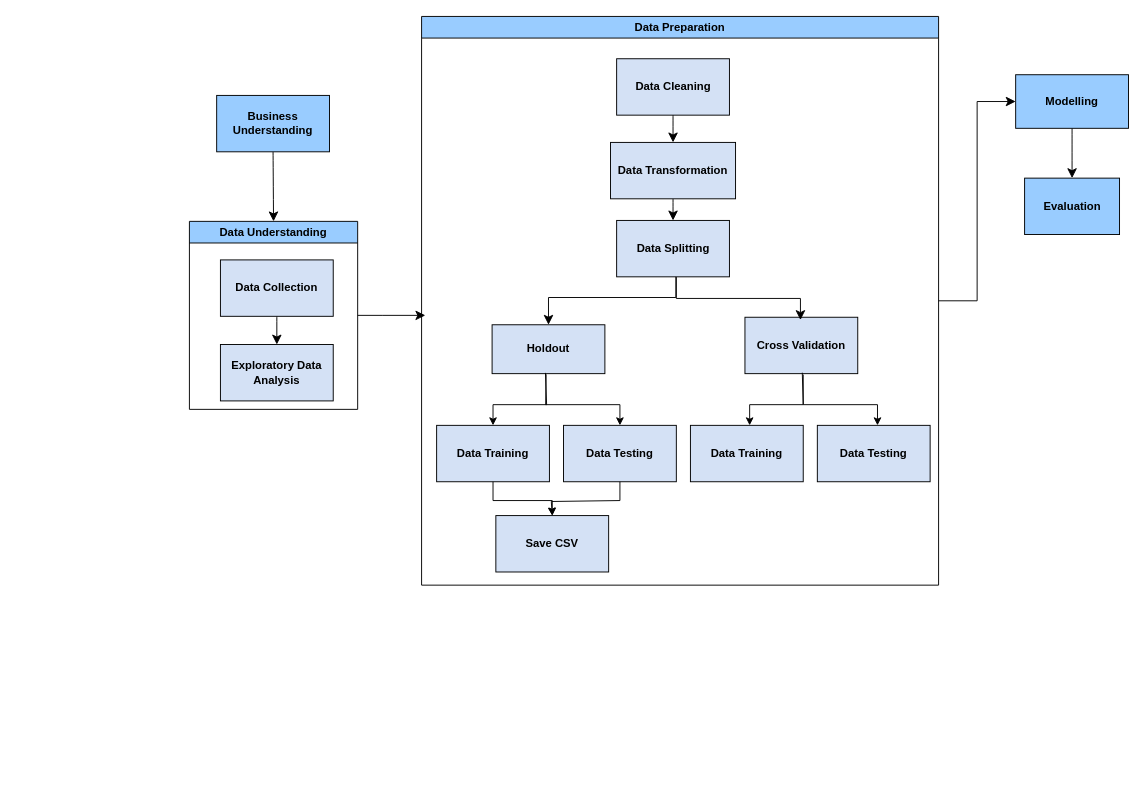
sleepygirlleen/Final-Project keeps this draw.io diagram as Untitled Diagram.drawio. Above is the earlier version. Source tidied: cells renumbered, new cells numbered last; positions are measured from the earlier drawing's top-left corner, leaving out a move shared by most shapes. Both pictures are drawn from the tidied source at 94%, with x=0, y=0 at pixel (189, 16).
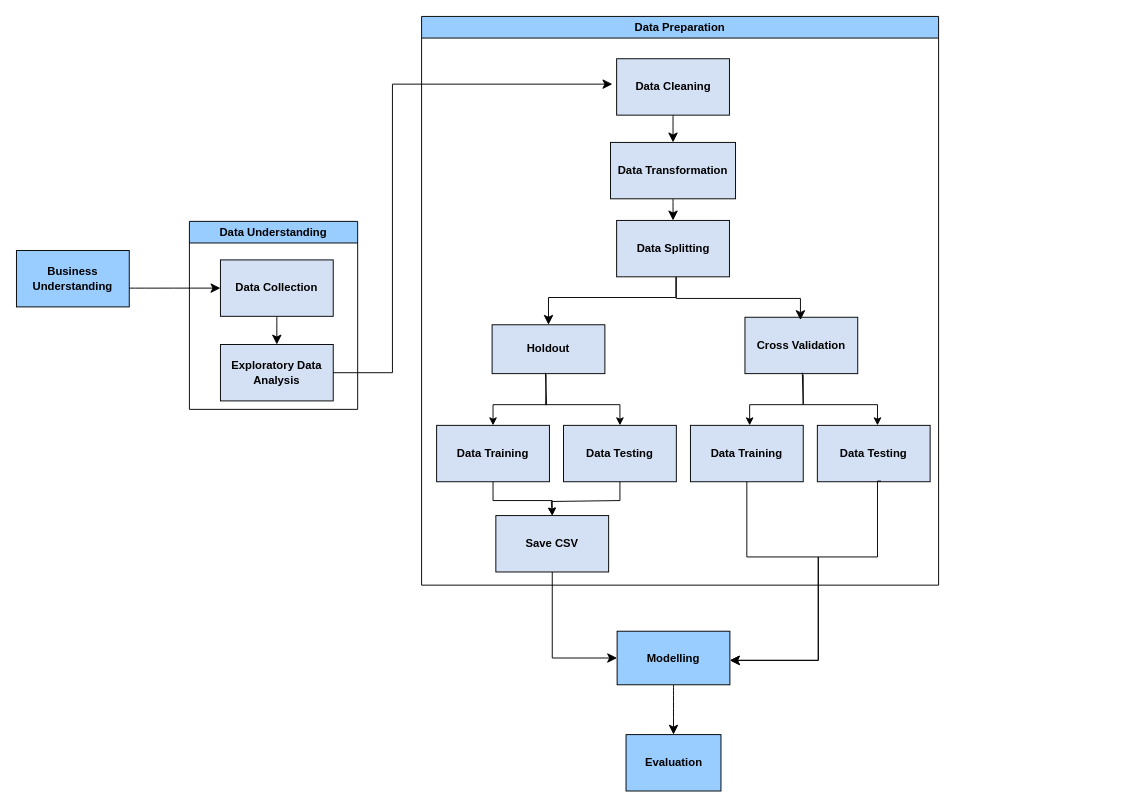
The same page after the edit.

Unchanged cells that the change refers to:
```xml
<mxCell id="9" value="Data Understanding" style="swimlane;whiteSpace=wrap;html=1;fillColor=#99CCFF;" parent="1" vertex="1">
  <mxGeometry y="218" width="179" height="200" as="geometry" />
</mxCell>
<mxCell id="11" value="&lt;b&gt;Data Collection&lt;/b&gt;" style="rounded=0;whiteSpace=wrap;html=1;fillColor=#D4E1F5;" parent="9" vertex="1">
  <mxGeometry x="33" y="41" width="120" height="60" as="geometry" />
</mxCell>
<mxCell id="12" value="&lt;b&gt;Exploratory Data Analysis&lt;/b&gt;" style="rounded=0;whiteSpace=wrap;html=1;fillColor=#D4E1F5;" parent="9" vertex="1">
  <mxGeometry x="33" y="131" width="120" height="60" as="geometry" />
</mxCell>
<mxCell id="13" value="Data Preparation" style="swimlane;whiteSpace=wrap;html=1;fillColor=#99CCFF;" parent="1" vertex="1">
  <mxGeometry x="247" width="550" height="605" as="geometry" />
</mxCell>
<mxCell id="25" value="&lt;b&gt;Data Training&lt;/b&gt;" style="rounded=0;whiteSpace=wrap;html=1;fillColor=#D4E1F5;" parent="13" vertex="1">
  <mxGeometry x="286" y="435" width="120" height="60" as="geometry" />
</mxCell>
<mxCell id="26" value="&lt;b&gt;Data Testing&lt;/b&gt;" style="rounded=0;whiteSpace=wrap;html=1;fillColor=#D4E1F5;" parent="13" vertex="1">
  <mxGeometry x="421" y="435" width="120" height="60" as="geometry" />
</mxCell>
<mxCell id="31" value="&lt;b&gt;Save CSV&lt;/b&gt;" style="rounded=0;whiteSpace=wrap;html=1;fillColor=#D4E1F5;" parent="13" vertex="1">
  <mxGeometry x="79" y="531" width="120" height="60" as="geometry" />
</mxCell>
```

Diff of the diagram source:
```diff
@@
-    <mxCell id="2" style="edgeStyle=none;curved=1;rounded=0;jettySize=auto;html=1;fontSize=12;startSize=8;endSize=8;entryX=0.5;entryY=0;entryDx=0;entryDy=0;exitX=0.5;exitY=1;exitDx=0;exitDy=0;" parent="1" edge="1" source="3" target="9">
+    <mxCell id="2" style="edgeStyle=none;curved=1;rounded=0;jettySize=auto;html=1;fontSize=12;startSize=8;endSize=8;exitX=0.942;exitY=0.667;exitDx=0;exitDy=0;exitPerimeter=0;" parent="1" edge="1" source="3" target="11">
       <mxGeometry relative="1" as="geometry" />
     </mxCell>
     <mxCell id="3" value="&lt;b&gt;Business Understanding&lt;/b&gt;" style="rounded=0;whiteSpace=wrap;html=1;fillColor=#99CCFF;" parent="1" vertex="1">
-      <mxGeometry x="29" y="84" width="120" height="60" as="geometry" />
+      <mxGeometry x="-184" y="249" width="120" height="60" as="geometry" />
     </mxCell>
-    <mxCell id="4" style="edgeStyle=elbowEdgeStyle;elbow=horizontal;endArrow=classic;html=1;curved=0;rounded=0;endSize=8;startSize=8;fontSize=12;exitX=1;exitY=0.5;exitDx=0;exitDy=0;" parent="1" edge="1" source="9">
-      <mxGeometry relative="1" as="geometry">
-        <mxPoint x="251" y="318" as="targetPoint" />
-        <Array as="points">
-          <mxPoint x="205" y="326" />
-        </Array>
-      </mxGeometry>
-    </mxCell>
@@
     <mxCell id="6" value="&lt;b&gt;Modelling&lt;/b&gt;" style="rounded=0;whiteSpace=wrap;html=1;fillColor=#99CCFF;" parent="1" vertex="1">
-      <mxGeometry x="879" y="62" width="120" height="57" as="geometry" />
+      <mxGeometry x="455" y="654" width="120" height="57" as="geometry" />
     </mxCell>
-    <mxCell id="7" style="edgeStyle=elbowEdgeStyle;elbow=horizontal;endArrow=classic;html=1;curved=0;rounded=0;endSize=8;startSize=8;fontSize=12;entryX=0;entryY=0.5;entryDx=0;entryDy=0;fillColor=#99CCFF;exitX=1;exitY=0.5;exitDx=0;exitDy=0;" parent="1" edge="1" source="13" target="6">
-      <mxGeometry relative="1" as="geometry" />
-    </mxCell>
     <mxCell id="8" value="&lt;b&gt;Evaluation&lt;/b&gt;" style="rounded=0;whiteSpace=wrap;html=1;fillColor=#99CCFF;" parent="1" vertex="1">
-      <mxGeometry x="888.5" y="172" width="101" height="60" as="geometry" />
+      <mxGeometry x="464.5" y="764" width="101" height="60" as="geometry" />
     </mxCell>
@@
+    <mxCell id="34" style="endArrow=classic;html=1;rounded=0;fontSize=12;startSize=8;endSize=8;exitX=1;exitY=0.5;exitDx=0;exitDy=0;edgeStyle=orthogonalEdgeStyle;" parent="1" edge="1" source="12">
+      <mxGeometry relative="1" as="geometry">
+        <mxPoint x="450" y="72" as="targetPoint" />
+        <Array as="points">
+          <mxPoint x="216" y="379" />
+          <mxPoint x="216" y="72" />
+        </Array>
+      </mxGeometry>
+    </mxCell>
+    <mxCell id="35" style="endArrow=classic;html=1;rounded=0;fontSize=12;startSize=8;endSize=8;exitX=0.5;exitY=1;exitDx=0;exitDy=0;entryX=0;entryY=0.5;entryDx=0;entryDy=0;edgeStyle=orthogonalEdgeStyle;" parent="1" edge="1" source="31" target="6">
+      <mxGeometry relative="1" as="geometry" />
+    </mxCell>
+    <mxCell id="36" style="endArrow=classic;html=1;rounded=0;fontSize=12;startSize=8;endSize=8;exitX=0.5;exitY=1;exitDx=0;exitDy=0;edgeStyle=orthogonalEdgeStyle;" parent="1" edge="1" source="25" target="6">
+      <mxGeometry relative="1" as="geometry">
+        <Array as="points">
+          <mxPoint x="593" y="575" />
+          <mxPoint x="669" y="575" />
+          <mxPoint x="669" y="685" />
+        </Array>
+      </mxGeometry>
+    </mxCell>
+    <mxCell id="37" style="endArrow=classic;html=1;rounded=0;fontSize=12;startSize=8;endSize=8;exitX=0.564;exitY=0.988;exitDx=0;exitDy=0;edgeStyle=orthogonalEdgeStyle;exitPerimeter=0;" parent="1" edge="1" source="26" target="6">
+      <mxGeometry relative="1" as="geometry">
+        <Array as="points">
+          <mxPoint x="732" y="494" />
+          <mxPoint x="732" y="575" />
+          <mxPoint x="669" y="575" />
+          <mxPoint x="669" y="685" />
+        </Array>
+      </mxGeometry>
+    </mxCell>
```
